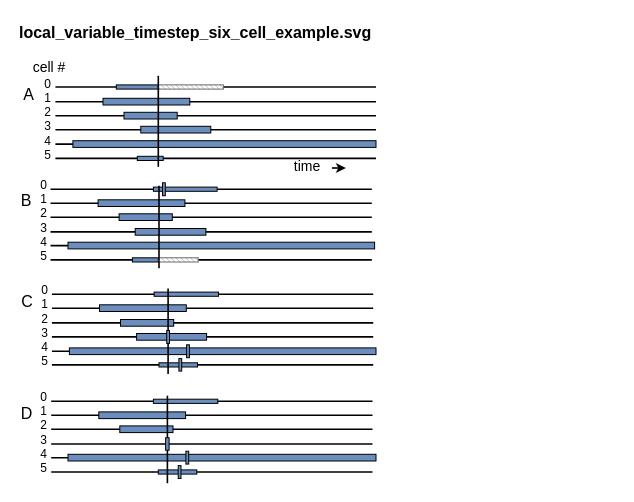
Above: assets/neuron-variable-timestep/neuron-variable-timestep.drawio in brunomaga/brunomaga.github.io (draw.io), before the change. Source tidied: cells renumbered, new cells numbered last; positions are measured from the earlier drawing's top-left corner, leaving out a move shared by most shapes. Both pictures are drawn from the tidied source at 100%, with x=0, y=0 at pixel (17, 17).
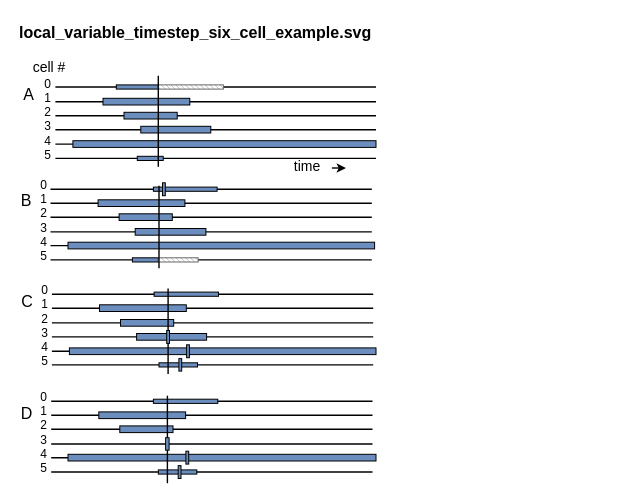
The same page after the edit.

Unchanged cells that the change refers to:
```xml
<mxCell id="3" style="group;fontFamily=Source Sans 3;" parent="1" vertex="1">
  <mxGeometry y="40" width="358.5" height="425.7" as="geometry" />
</mxCell>
```

Diff of the diagram source:
```diff
@@
-    <mxCell id="7" style="endArrow=none;startArrow=none;html=1;rounded=0;strokeColor=#000000;fontSize=12;strokeWidth=1.6;fontStyle=0;fontFamily=Source Sans 3;fontColor=#000000;" parent="3" edge="1">
+    <mxCell id="7" style="endArrow=none;startArrow=none;html=1;rounded=0;strokeColor=#000000;fontSize=12;strokeWidth=1.4;fontStyle=0;fontFamily=Source Sans 3;fontColor=#000000;" parent="3" edge="1">
       <mxGeometry relative="1" as="geometry">
         <mxPoint x="37.9" y="29.5" as="sourcePoint" />
         <mxPoint x="358.5" y="29.5" as="targetPoint" />
       </mxGeometry>
     </mxCell>
@@
-    <mxCell id="9" style="endArrow=none;startArrow=none;html=1;rounded=0;strokeColor=#000000;fontSize=12;strokeWidth=1.6;fontStyle=0;fontFamily=Source Sans 3;fontColor=#000000;" parent="3" edge="1">
+    <mxCell id="9" style="endArrow=none;startArrow=none;html=1;rounded=0;strokeColor=#000000;fontSize=12;strokeWidth=1.4;fontStyle=0;fontFamily=Source Sans 3;fontColor=#000000;" parent="3" edge="1">
       <mxGeometry relative="1" as="geometry">
         <mxPoint x="37.9" y="44.2" as="sourcePoint" />
         <mxPoint x="358.5" y="44.2" as="targetPoint" />
       </mxGeometry>
     </mxCell>
@@
-    <mxCell id="11" style="endArrow=none;startArrow=none;html=1;rounded=0;strokeColor=#000000;fontSize=12;strokeWidth=1.6;fontStyle=0;fontFamily=Source Sans 3;fontColor=#000000;" parent="3" edge="1">
+    <mxCell id="11" style="endArrow=none;startArrow=none;html=1;rounded=0;strokeColor=#000000;fontSize=12;strokeWidth=1.4;fontStyle=0;fontFamily=Source Sans 3;fontColor=#000000;" parent="3" edge="1">
       <mxGeometry relative="1" as="geometry">
         <mxPoint x="37.9" y="58.2" as="sourcePoint" />
         <mxPoint x="358.5" y="58.2" as="targetPoint" />
       </mxGeometry>
     </mxCell>
@@
-    <mxCell id="13" style="endArrow=none;startArrow=none;html=1;rounded=0;strokeColor=#000000;fontSize=12;strokeWidth=1.6;fontStyle=0;fontFamily=Source Sans 3;fontColor=#000000;" parent="3" edge="1">
+    <mxCell id="13" style="endArrow=none;startArrow=none;html=1;rounded=0;strokeColor=#000000;fontSize=12;strokeWidth=1.4;fontStyle=0;fontFamily=Source Sans 3;fontColor=#000000;" parent="3" edge="1">
       <mxGeometry relative="1" as="geometry">
         <mxPoint x="37.9" y="72.2" as="sourcePoint" />
         <mxPoint x="358.5" y="72.2" as="targetPoint" />
       </mxGeometry>
     </mxCell>
@@
-    <mxCell id="15" style="endArrow=none;startArrow=none;html=1;rounded=0;strokeColor=#000000;fontSize=12;strokeWidth=1.6;fontStyle=0;fontFamily=Source Sans 3;fontColor=#000000;" parent="3" edge="1">
+    <mxCell id="15" style="endArrow=none;startArrow=none;html=1;rounded=0;strokeColor=#000000;fontSize=12;strokeWidth=1.4;fontStyle=0;fontFamily=Source Sans 3;fontColor=#000000;" parent="3" edge="1">
       <mxGeometry relative="1" as="geometry">
         <mxPoint x="37.9" y="86.6" as="sourcePoint" />
         <mxPoint x="358.5" y="86.6" as="targetPoint" />
       </mxGeometry>
     </mxCell>
@@
-    <mxCell id="17" style="endArrow=none;startArrow=none;html=1;rounded=0;strokeColor=#000000;fontSize=12;strokeWidth=1.6;fontStyle=0;fontFamily=Source Sans 3;fontColor=#000000;" parent="3" edge="1">
+    <mxCell id="17" style="endArrow=none;startArrow=none;html=1;rounded=0;strokeColor=#000000;fontSize=12;strokeWidth=1.4;fontStyle=0;fontFamily=Source Sans 3;fontColor=#000000;" parent="3" edge="1">
       <mxGeometry relative="1" as="geometry">
         <mxPoint x="37.9" y="100.9" as="sourcePoint" />
         <mxPoint x="358.5" y="100.9" as="targetPoint" />
       </mxGeometry>
     </mxCell>
@@
-    <mxCell id="25" style="endArrow=none;startArrow=none;html=1;rounded=0;strokeColor=#000000;fontSize=12;strokeWidth=1.6;fontStyle=0;fontFamily=Source Sans 3;fontColor=#000000;" parent="3" edge="1">
+    <mxCell id="25" style="endArrow=none;startArrow=none;html=1;rounded=0;strokeColor=#000000;fontSize=12;strokeWidth=1.4;fontStyle=0;fontFamily=Source Sans 3;fontColor=#000000;" parent="3" edge="1">
       <mxGeometry relative="1" as="geometry">
         <mxPoint x="140.8" y="18.3" as="sourcePoint" />
         <mxPoint x="140.8" y="109.3" as="targetPoint" />
       </mxGeometry>
     </mxCell>
@@
-    <mxCell id="28" style="endArrow=none;startArrow=none;html=1;rounded=0;strokeColor=#000000;fontSize=12;strokeWidth=1.6;fontStyle=0;fontFamily=Source Sans 3;fontColor=#000000;" parent="3" edge="1">
+    <mxCell id="28" style="endArrow=none;startArrow=none;html=1;rounded=0;strokeColor=#000000;fontSize=12;strokeWidth=1.4;fontStyle=0;fontFamily=Source Sans 3;fontColor=#000000;" parent="3" edge="1">
       <mxGeometry relative="1" as="geometry">
         <mxPoint x="33" y="131.7" as="sourcePoint" />
         <mxPoint x="354.3" y="131.7" as="targetPoint" />
       </mxGeometry>
     </mxCell>
@@
-    <mxCell id="30" style="endArrow=none;startArrow=none;html=1;rounded=0;strokeColor=#000000;fontSize=12;strokeWidth=1.6;fontStyle=0;fontFamily=Source Sans 3;fontColor=#000000;" parent="3" edge="1">
+    <mxCell id="30" style="endArrow=none;startArrow=none;html=1;rounded=0;strokeColor=#000000;fontSize=12;strokeWidth=1.4;fontStyle=0;fontFamily=Source Sans 3;fontColor=#000000;" parent="3" edge="1">
       <mxGeometry relative="1" as="geometry">
         <mxPoint x="33" y="145.7" as="sourcePoint" />
         <mxPoint x="354.3" y="145.7" as="targetPoint" />
       </mxGeometry>
     </mxCell>
@@
-    <mxCell id="32" style="endArrow=none;startArrow=none;html=1;rounded=0;strokeColor=#000000;fontSize=12;strokeWidth=1.6;fontStyle=0;fontFamily=Source Sans 3;fontColor=#000000;" parent="3" edge="1">
+    <mxCell id="32" style="endArrow=none;startArrow=none;html=1;rounded=0;strokeColor=#000000;fontSize=12;strokeWidth=1.4;fontStyle=0;fontFamily=Source Sans 3;fontColor=#000000;" parent="3" edge="1">
       <mxGeometry relative="1" as="geometry">
         <mxPoint x="33" y="159.7" as="sourcePoint" />
         <mxPoint x="354.3" y="159.7" as="targetPoint" />
       </mxGeometry>
     </mxCell>
@@
-    <mxCell id="34" style="endArrow=none;startArrow=none;html=1;rounded=0;strokeColor=#000000;fontSize=12;strokeWidth=1.6;fontStyle=0;fontFamily=Source Sans 3;fontColor=#000000;" parent="3" edge="1">
+    <mxCell id="34" style="endArrow=none;startArrow=none;html=1;rounded=0;strokeColor=#000000;fontSize=12;strokeWidth=1.4;fontStyle=0;fontFamily=Source Sans 3;fontColor=#000000;" parent="3" edge="1">
       <mxGeometry relative="1" as="geometry">
         <mxPoint x="33" y="174.4" as="sourcePoint" />
         <mxPoint x="354.3" y="174.4" as="targetPoint" />
       </mxGeometry>
     </mxCell>
@@
-    <mxCell id="36" style="endArrow=none;startArrow=none;html=1;rounded=0;strokeColor=#000000;fontSize=12;strokeWidth=1.6;fontStyle=0;fontFamily=Source Sans 3;fontColor=#000000;" parent="3" edge="1">
+    <mxCell id="36" style="endArrow=none;startArrow=none;html=1;rounded=0;strokeColor=#000000;fontSize=12;strokeWidth=1.4;fontStyle=0;fontFamily=Source Sans 3;fontColor=#000000;" parent="3" edge="1">
       <mxGeometry relative="1" as="geometry">
         <mxPoint x="33" y="188.1" as="sourcePoint" />
         <mxPoint x="354.3" y="188.1" as="targetPoint" />
       </mxGeometry>
     </mxCell>
@@
-    <mxCell id="38" style="endArrow=none;startArrow=none;html=1;rounded=0;strokeColor=#000000;fontSize=12;strokeWidth=1.6;fontStyle=0;fontFamily=Source Sans 3;fontColor=#000000;" parent="3" edge="1">
+    <mxCell id="38" style="endArrow=none;startArrow=none;html=1;rounded=0;strokeColor=#000000;fontSize=12;strokeWidth=1.4;fontStyle=0;fontFamily=Source Sans 3;fontColor=#000000;" parent="3" edge="1">
       <mxGeometry relative="1" as="geometry">
         <mxPoint x="33" y="202.4" as="sourcePoint" />
         <mxPoint x="354.3" y="202.4" as="targetPoint" />
       </mxGeometry>
     </mxCell>
@@
-    <mxCell id="46" style="endArrow=none;startArrow=none;html=1;rounded=0;strokeColor=#000000;fontSize=12;strokeWidth=1.6;fontStyle=0;fontFamily=Source Sans 3;fontColor=#000000;" parent="3" edge="1">
+    <mxCell id="46" style="endArrow=none;startArrow=none;html=1;rounded=0;strokeColor=#000000;fontSize=12;strokeWidth=1.4;fontStyle=0;fontFamily=Source Sans 3;fontColor=#000000;" parent="3" edge="1">
       <mxGeometry relative="1" as="geometry">
         <mxPoint x="141.5" y="128.2" as="sourcePoint" />
         <mxPoint x="141.5" y="210.8" as="targetPoint" />
       </mxGeometry>
     </mxCell>
@@
-    <mxCell id="50" style="endArrow=none;startArrow=none;html=1;rounded=0;strokeColor=#000000;fontSize=12;strokeWidth=1.6;fontStyle=0;fontFamily=Source Sans 3;fontColor=#000000;" parent="3" edge="1">
+    <mxCell id="50" style="endArrow=none;startArrow=none;html=1;rounded=0;strokeColor=#000000;fontSize=12;strokeWidth=1.4;fontStyle=0;fontFamily=Source Sans 3;fontColor=#000000;" parent="3" edge="1">
       <mxGeometry relative="1" as="geometry">
         <mxPoint x="34.4" y="236.7" as="sourcePoint" />
         <mxPoint x="355.7" y="236.7" as="targetPoint" />
       </mxGeometry>
     </mxCell>
@@
-    <mxCell id="52" style="endArrow=none;startArrow=none;html=1;rounded=0;strokeColor=#000000;fontSize=12;strokeWidth=1.6;fontStyle=0;fontFamily=Source Sans 3;fontColor=#000000;" parent="3" edge="1">
+    <mxCell id="52" style="endArrow=none;startArrow=none;html=1;rounded=0;strokeColor=#000000;fontSize=12;strokeWidth=1.4;fontStyle=0;fontFamily=Source Sans 3;fontColor=#000000;" parent="3" edge="1">
       <mxGeometry relative="1" as="geometry">
         <mxPoint x="34.4" y="250.7" as="sourcePoint" />
         <mxPoint x="355.7" y="250.7" as="targetPoint" />
       </mxGeometry>
     </mxCell>
@@
-    <mxCell id="54" style="endArrow=none;startArrow=none;html=1;rounded=0;strokeColor=#000000;fontSize=12;strokeWidth=1.6;fontStyle=0;fontFamily=Source Sans 3;fontColor=#000000;" parent="3" edge="1">
+    <mxCell id="54" style="endArrow=none;startArrow=none;html=1;rounded=0;strokeColor=#000000;fontSize=12;strokeWidth=1.4;fontStyle=0;fontFamily=Source Sans 3;fontColor=#000000;" parent="3" edge="1">
       <mxGeometry relative="1" as="geometry">
         <mxPoint x="34.4" y="265.4" as="sourcePoint" />
         <mxPoint x="355.7" y="265.4" as="targetPoint" />
       </mxGeometry>
     </mxCell>
@@
-    <mxCell id="56" style="endArrow=none;startArrow=none;html=1;rounded=0;strokeColor=#000000;fontSize=12;strokeWidth=1.6;fontStyle=0;fontFamily=Source Sans 3;fontColor=#000000;" parent="3" edge="1">
+    <mxCell id="56" style="endArrow=none;startArrow=none;html=1;rounded=0;strokeColor=#000000;fontSize=12;strokeWidth=1.4;fontStyle=0;fontFamily=Source Sans 3;fontColor=#000000;" parent="3" edge="1">
       <mxGeometry relative="1" as="geometry">
         <mxPoint x="34.4" y="279.4" as="sourcePoint" />
         <mxPoint x="355.7" y="279.4" as="targetPoint" />
       </mxGeometry>
     </mxCell>
@@
-    <mxCell id="58" style="endArrow=none;startArrow=none;html=1;rounded=0;strokeColor=#000000;fontSize=12;strokeWidth=1.6;fontStyle=0;fontFamily=Source Sans 3;fontColor=#000000;" parent="3" edge="1">
+    <mxCell id="58" style="endArrow=none;startArrow=none;html=1;rounded=0;strokeColor=#000000;fontSize=12;strokeWidth=1.4;fontStyle=0;fontFamily=Source Sans 3;fontColor=#000000;" parent="3" edge="1">
       <mxGeometry relative="1" as="geometry">
         <mxPoint x="34.4" y="293.8" as="sourcePoint" />
         <mxPoint x="355.7" y="293.8" as="targetPoint" />
       </mxGeometry>
     </mxCell>
@@
-    <mxCell id="60" style="endArrow=none;startArrow=none;html=1;rounded=0;strokeColor=#000000;fontSize=12;strokeWidth=1.6;fontStyle=0;fontFamily=Source Sans 3;fontColor=#000000;" parent="3" edge="1">
+    <mxCell id="60" style="endArrow=none;startArrow=none;html=1;rounded=0;strokeColor=#000000;fontSize=12;strokeWidth=1.4;fontStyle=0;fontFamily=Source Sans 3;fontColor=#000000;" parent="3" edge="1">
       <mxGeometry relative="1" as="geometry">
         <mxPoint x="34.4" y="307.4" as="sourcePoint" />
         <mxPoint x="355.7" y="307.4" as="targetPoint" />
       </mxGeometry>
     </mxCell>
@@
-    <mxCell id="67" style="endArrow=none;startArrow=none;html=1;rounded=0;strokeColor=#000000;fontSize=12;strokeWidth=1.6;fontStyle=0;fontFamily=Source Sans 3;fontColor=#000000;" parent="3" edge="1">
+    <mxCell id="67" style="endArrow=none;startArrow=none;html=1;rounded=0;strokeColor=#000000;fontSize=12;strokeWidth=1.4;fontStyle=0;fontFamily=Source Sans 3;fontColor=#000000;" parent="3" edge="1">
       <mxGeometry relative="1" as="geometry">
         <mxPoint x="150.6" y="231.1" as="sourcePoint" />
         <mxPoint x="150.6" y="316.5" as="targetPoint" />
       </mxGeometry>
     </mxCell>
@@
-    <mxCell id="73" style="endArrow=none;startArrow=none;html=1;rounded=0;strokeColor=#000000;fontSize=12;strokeWidth=1.6;fontStyle=0;fontFamily=Source Sans 3;fontColor=#000000;" parent="3" edge="1">
+    <mxCell id="73" style="endArrow=none;startArrow=none;html=1;rounded=0;strokeColor=#000000;fontSize=12;strokeWidth=1.4;fontStyle=0;fontFamily=Source Sans 3;fontColor=#000000;" parent="3" edge="1">
       <mxGeometry relative="1" as="geometry">
         <mxPoint x="33.7" y="343.8" as="sourcePoint" />
         <mxPoint x="355" y="343.8" as="targetPoint" />
       </mxGeometry>
     </mxCell>
@@
-    <mxCell id="75" style="endArrow=none;startArrow=none;html=1;rounded=0;strokeColor=#000000;fontSize=12;strokeWidth=1.6;fontStyle=0;fontFamily=Source Sans 3;fontColor=#000000;" parent="3" edge="1">
+    <mxCell id="75" style="endArrow=none;startArrow=none;html=1;rounded=0;strokeColor=#000000;fontSize=12;strokeWidth=1.4;fontStyle=0;fontFamily=Source Sans 3;fontColor=#000000;" parent="3" edge="1">
       <mxGeometry relative="1" as="geometry">
         <mxPoint x="33.7" y="357.8" as="sourcePoint" />
         <mxPoint x="355" y="357.8" as="targetPoint" />
       </mxGeometry>
     </mxCell>
@@
-    <mxCell id="77" style="endArrow=none;startArrow=none;html=1;rounded=0;strokeColor=#000000;fontSize=12;strokeWidth=1.6;fontStyle=0;fontFamily=Source Sans 3;fontColor=#000000;" parent="3" edge="1">
+    <mxCell id="77" style="endArrow=none;startArrow=none;html=1;rounded=0;strokeColor=#000000;fontSize=12;strokeWidth=1.4;fontStyle=0;fontFamily=Source Sans 3;fontColor=#000000;" parent="3" edge="1">
       <mxGeometry relative="1" as="geometry">
         <mxPoint x="33.7" y="371.8" as="sourcePoint" />
         <mxPoint x="355" y="371.8" as="targetPoint" />
       </mxGeometry>
     </mxCell>
@@
-    <mxCell id="79" style="endArrow=none;startArrow=none;html=1;rounded=0;strokeColor=#000000;fontSize=12;strokeWidth=1.6;fontStyle=0;fontFamily=Source Sans 3;fontColor=#000000;" parent="3" edge="1">
+    <mxCell id="79" style="endArrow=none;startArrow=none;html=1;rounded=0;strokeColor=#000000;fontSize=12;strokeWidth=1.4;fontStyle=0;fontFamily=Source Sans 3;fontColor=#000000;" parent="3" edge="1">
       <mxGeometry relative="1" as="geometry">
         <mxPoint x="33.7" y="386.5" as="sourcePoint" />
         <mxPoint x="355" y="386.5" as="targetPoint" />
       </mxGeometry>
     </mxCell>
@@
-    <mxCell id="81" style="endArrow=none;startArrow=none;html=1;rounded=0;strokeColor=#000000;fontSize=12;strokeWidth=1.6;fontStyle=0;fontFamily=Source Sans 3;fontColor=#000000;" parent="3" edge="1">
+    <mxCell id="81" style="endArrow=none;startArrow=none;html=1;rounded=0;strokeColor=#000000;fontSize=12;strokeWidth=1.4;fontStyle=0;fontFamily=Source Sans 3;fontColor=#000000;" parent="3" edge="1">
       <mxGeometry relative="1" as="geometry">
         <mxPoint x="33.7" y="400.2" as="sourcePoint" />
         <mxPoint x="355" y="400.2" as="targetPoint" />
       </mxGeometry>
     </mxCell>
@@
-    <mxCell id="83" style="endArrow=none;startArrow=none;html=1;rounded=0;strokeColor=#000000;fontSize=12;strokeWidth=1.6;fontStyle=0;fontFamily=Source Sans 3;fontColor=#000000;" parent="3" edge="1">
+    <mxCell id="83" style="endArrow=none;startArrow=none;html=1;rounded=0;strokeColor=#000000;fontSize=12;strokeWidth=1.4;fontStyle=0;fontFamily=Source Sans 3;fontColor=#000000;" parent="3" edge="1">
       <mxGeometry relative="1" as="geometry">
         <mxPoint x="33.7" y="414.5" as="sourcePoint" />
         <mxPoint x="355" y="414.5" as="targetPoint" />
       </mxGeometry>
     </mxCell>
@@
-    <mxCell id="89" style="endArrow=none;startArrow=none;html=1;rounded=0;strokeColor=#000000;fontSize=12;strokeWidth=1.6;fontStyle=0;fontFamily=Source Sans 3;fontColor=#000000;" parent="3" edge="1">
+    <mxCell id="89" style="endArrow=none;startArrow=none;html=1;rounded=0;strokeColor=#000000;fontSize=12;strokeWidth=1.4;fontStyle=0;fontFamily=Source Sans 3;fontColor=#000000;" parent="3" edge="1">
       <mxGeometry relative="1" as="geometry">
         <mxPoint x="149.9" y="338.2" as="sourcePoint" />
         <mxPoint x="149.9" y="425.7" as="targetPoint" />
       </mxGeometry>
     </mxCell>
@@
-    <mxCell id="94" style="endArrow=classic;startArrow=none;html=1;rounded=0;strokeColor=#000000;strokeWidth=1.6;fontSize=12;endFill=1;endSize=5;fontStyle=0;fontFamily=Source Sans 3;fontColor=#000000;" parent="3" edge="1">
+    <mxCell id="94" style="endArrow=classic;startArrow=none;html=1;rounded=0;strokeColor=#000000;strokeWidth=1.4;fontSize=12;endFill=1;endSize=5;fontStyle=0;fontFamily=Source Sans 3;fontColor=#000000;" parent="3" edge="1">
       <mxGeometry relative="1" as="geometry">
         <mxPoint x="314.4" y="110.5" as="sourcePoint" />
         <mxPoint x="328.4" y="110.5" as="targetPoint" />
       </mxGeometry>
     </mxCell>
```
